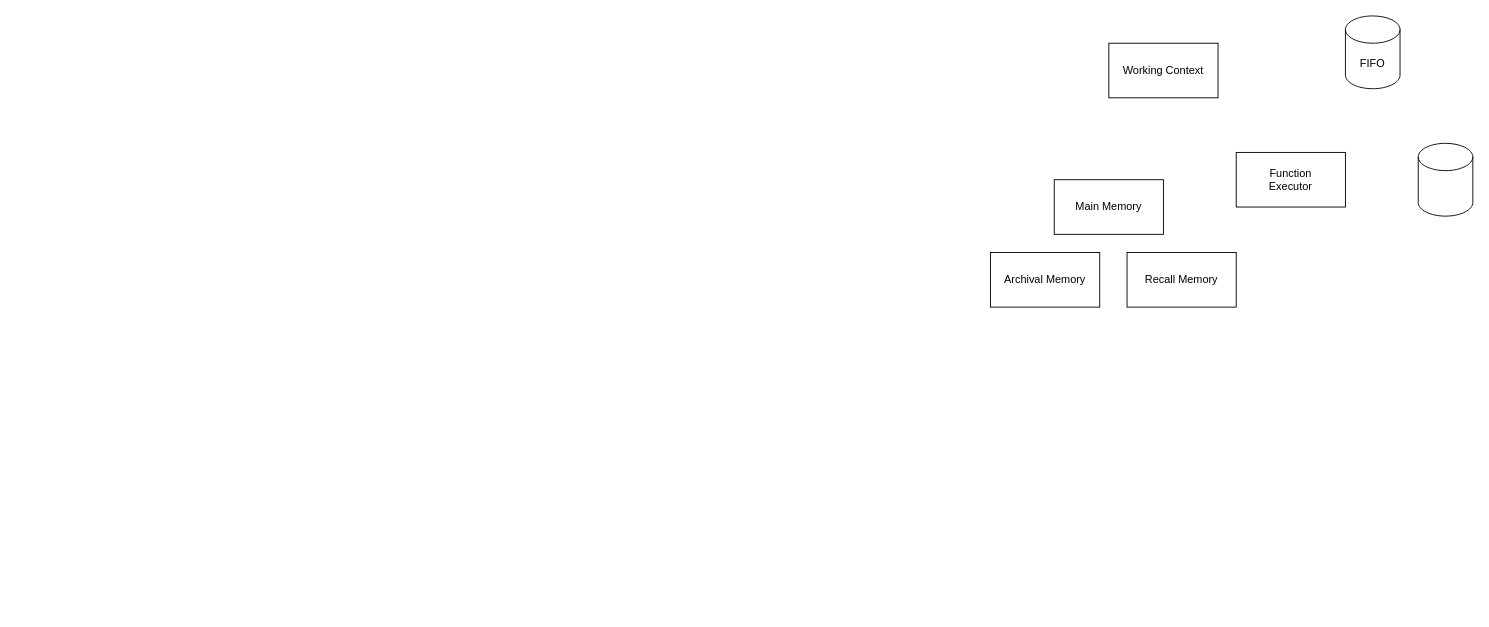
Before: memgpt.drawio in feuyeux/hello-memory, a draw.io diagram. Source tidied: cells renumbered, new cells numbered last; positions are measured from the earlier drawing's top-left corner, leaving out a move shared by most shapes. Both pictures are drawn from the tidied source at 91%, with x=0, y=0 at pixel (990, 15). Pictures stored in the file or linked from it are replaced by grey dashed boxes.
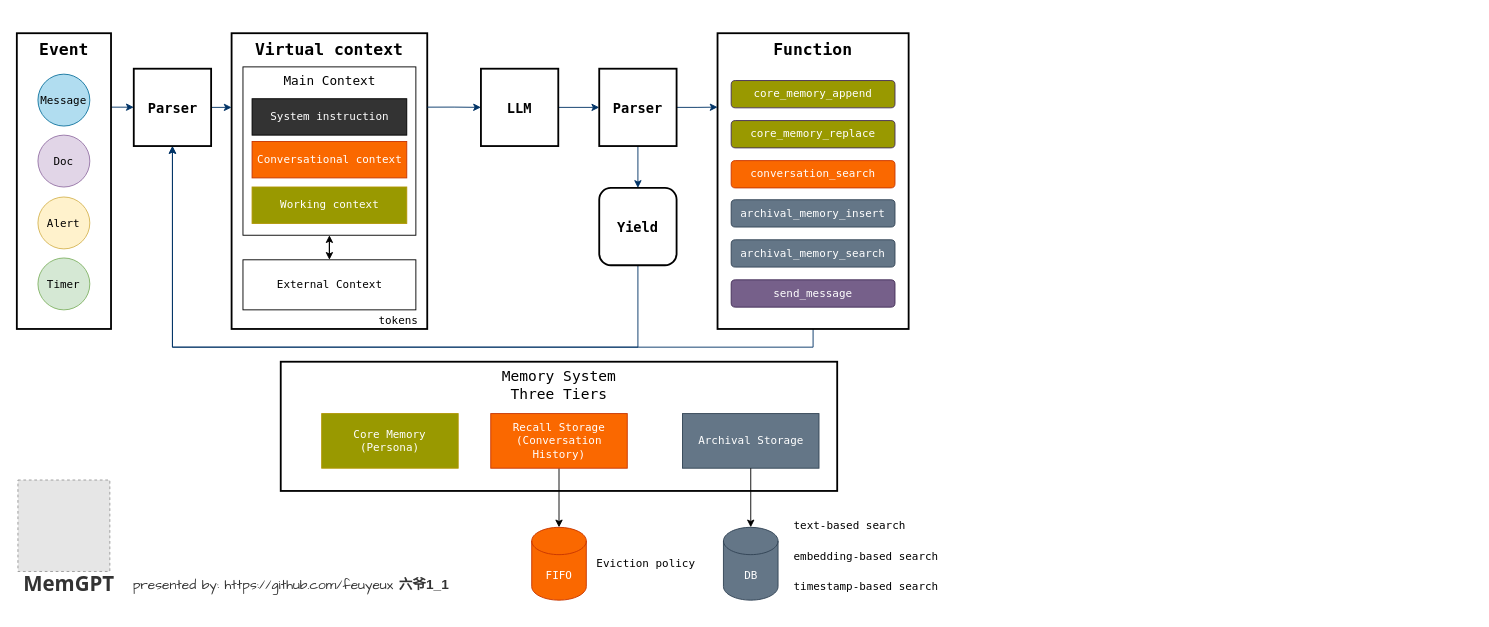
After the change.

Change to the diagram source:
```diff
@@
+    <mxCell id="9" style="edgeStyle=orthogonalEdgeStyle;rounded=0;jettySize=auto;html=1;exitX=1;exitY=0.5;exitDx=0;exitDy=0;entryX=0;entryY=0.5;entryDx=0;entryDy=0;fontFamily=Monaco;fontSize=12;strokeColor=#003366;" parent="1" edge="1" source="41" target="39">
+      <mxGeometry relative="1" as="geometry" />
+    </mxCell>
+    <mxCell id="10" value="Virtual context" style="rounded=0;whiteSpace=wrap;html=1;verticalAlign=top;fontFamily=Monaco;fontSize=18;fontStyle=1;strokeWidth=2;" parent="1" vertex="1">
+      <mxGeometry x="-834" y="19" width="215" height="325" as="geometry" />
+    </mxCell>
+    <mxCell id="11" style="edgeStyle=orthogonalEdgeStyle;rounded=0;jettySize=auto;html=1;exitX=1;exitY=0.25;exitDx=0;exitDy=0;entryX=0;entryY=0.5;entryDx=0;entryDy=0;fontFamily=Monaco;fontSize=12;strokeColor=#003366;" parent="1" edge="1" source="12" target="36">
+      <mxGeometry relative="1" as="geometry" />
+    </mxCell>
+    <mxCell id="12" value="Event" style="rounded=0;whiteSpace=wrap;html=1;verticalAlign=top;fontFamily=Monaco;fontSize=18;fontStyle=1;strokeWidth=2;" parent="1" vertex="1">
+      <mxGeometry x="-1070" y="19" width="103.5" height="325" as="geometry" />
+    </mxCell>
+    <mxCell id="13" value="Memory&amp;nbsp;&lt;span style=&quot;background-color: initial; font-size: 16px;&quot;&gt;System&lt;/span&gt;&lt;div style=&quot;font-size: 16px;&quot;&gt;&lt;span style=&quot;background-color: initial; font-size: 16px;&quot;&gt;Three Tiers&lt;/span&gt;&lt;/div&gt;" style="rounded=0;whiteSpace=wrap;html=1;verticalAlign=top;fontFamily=Monaco;fontSize=16;strokeWidth=2;" parent="1" vertex="1">
+      <mxGeometry x="-780" y="380" width="611.5" height="142" as="geometry" />
+    </mxCell>
+    <mxCell id="14" style="edgeStyle=orthogonalEdgeStyle;rounded=0;jettySize=auto;html=1;exitX=0.5;exitY=1;exitDx=0;exitDy=0;entryX=0.5;entryY=1;entryDx=0;entryDy=0;strokeColor=#003366;" parent="1" edge="1" source="2" target="36">
+      <mxGeometry relative="1" as="geometry" />
+    </mxCell>
-    <mxCell id="2" value="Function&lt;div&gt;Executor&lt;/div&gt;" style="rounded=0;whiteSpace=wrap;html=1;" parent="1" vertex="1">
-      <mxGeometry x="270" y="150" width="120" height="60" as="geometry" />
+    <mxCell id="2" value="Function" style="rounded=0;whiteSpace=wrap;html=1;verticalAlign=top;fontFamily=Monaco;fontSize=18;fontStyle=1;strokeWidth=2;" parent="1" vertex="1">
+      <mxGeometry x="-300" y="19" width="210" height="325" as="geometry" />
     </mxCell>
+    <mxCell id="15" style="edgeStyle=orthogonalEdgeStyle;rounded=0;jettySize=auto;html=1;exitX=0.5;exitY=1;exitDx=0;exitDy=0;startArrow=classic;startFill=1;fontFamily=Monaco;fontSize=12;" parent="1" edge="1" source="3" target="18">
+      <mxGeometry relative="1" as="geometry" />
+    </mxCell>
-    <mxCell id="3" value="Working Context" style="rounded=0;whiteSpace=wrap;html=1;" parent="1" vertex="1">
-      <mxGeometry x="130" y="30" width="120" height="60" as="geometry" />
+    <mxCell id="3" value="Main Context" style="rounded=0;whiteSpace=wrap;html=1;verticalAlign=top;fontFamily=Monaco;fontSize=14;" parent="1" vertex="1">
+      <mxGeometry x="-821.5" y="56" width="190" height="185" as="geometry" />
     </mxCell>
-    <mxCell id="4" style="shape=cylinder3;whiteSpace=wrap;html=1;boundedLbl=1;backgroundOutline=1;size=15;" parent="1" vertex="1">
-      <mxGeometry x="470" y="140" width="60" height="80" as="geometry" />
+    <mxCell id="4" value="DB" style="shape=cylinder3;whiteSpace=wrap;html=1;boundedLbl=1;backgroundOutline=1;size=15;fillColor=#647687;fontColor=#ffffff;strokeColor=#314354;fontFamily=Monaco;fontSize=12;" parent="1" vertex="1">
+      <mxGeometry x="-293.5" y="562" width="60" height="80" as="geometry" />
     </mxCell>
-    <mxCell id="5" value="FIFO" style="shape=cylinder3;whiteSpace=wrap;html=1;boundedLbl=1;backgroundOutline=1;size=15;" parent="1" vertex="1">
-      <mxGeometry x="390" width="60" height="80" as="geometry" />
+    <mxCell id="5" value="FIFO" style="shape=cylinder3;whiteSpace=wrap;html=1;boundedLbl=1;backgroundOutline=1;size=15;fillColor=#fa6800;fontColor=#FFFFFF;strokeColor=#C73500;fontFamily=Monaco;fontSize=12;" parent="1" vertex="1">
+      <mxGeometry x="-504.2" y="562" width="60" height="80" as="geometry" />
     </mxCell>
+    <mxCell id="7" value="Archival Storage" style="rounded=0;whiteSpace=wrap;html=1;fillColor=#647687;fontColor=#ffffff;strokeColor=#314354;fontFamily=Monaco;fontSize=12;" parent="1" vertex="1">
+      <mxGeometry x="-338.5" y="437" width="150" height="60" as="geometry" />
+    </mxCell>
+    <mxCell id="16" style="edgeStyle=orthogonalEdgeStyle;rounded=0;jettySize=auto;html=1;exitX=0.5;exitY=1;exitDx=0;exitDy=0;fontFamily=Monaco;fontSize=12;" parent="1" edge="1" source="8" target="5">
+      <mxGeometry relative="1" as="geometry" />
+    </mxCell>
+    <mxCell id="8" value="Recall Storage&lt;div style=&quot;font-size: 12px;&quot;&gt;(Conversation History)&lt;/div&gt;" style="rounded=0;whiteSpace=wrap;html=1;fillColor=#fa6800;fontColor=#FFFFFF;strokeColor=#C73500;fontFamily=Monaco;fontSize=12;" parent="1" vertex="1">
+      <mxGeometry x="-549.2" y="437" width="150" height="60" as="geometry" />
+    </mxCell>
-    <mxCell id="6" value="Main Memory" style="rounded=0;whiteSpace=wrap;html=1;" parent="1" vertex="1">
-      <mxGeometry x="70" y="180" width="120" height="60" as="geometry" />
+    <mxCell id="6" value="Core Memory&lt;div style=&quot;font-size: 12px;&quot;&gt;(Persona)&lt;/div&gt;" style="rounded=0;whiteSpace=wrap;html=1;fillColor=#999900;fontColor=#FFFFFF;strokeColor=#B09500;fontFamily=Monaco;fontSize=12;" parent="1" vertex="1">
+      <mxGeometry x="-735" y="437" width="150" height="60" as="geometry" />
     </mxCell>
-    <mxCell id="7" value="Archival Memory" style="rounded=0;whiteSpace=wrap;html=1;" parent="1" vertex="1">
-      <mxGeometry y="260" width="120" height="60" as="geometry" />
-    </mxCell>
-    <mxCell id="8" value="Recall Memory" style="rounded=0;whiteSpace=wrap;html=1;" parent="1" vertex="1">
-      <mxGeometry x="150" y="260" width="120" height="60" as="geometry" />
-    </mxCell>
+    <mxCell id="17" value="Message" style="ellipse;whiteSpace=wrap;html=1;fillColor=#b1ddf0;strokeColor=#10739e;fontFamily=Monaco;fontSize=12;" parent="1" vertex="1">
+      <mxGeometry x="-1046.8" y="64" width="57" height="57" as="geometry" />
+    </mxCell>
+    <mxCell id="18" value="External Context" style="rounded=0;whiteSpace=wrap;html=1;fontFamily=Monaco;fontSize=12;" parent="1" vertex="1">
+      <mxGeometry x="-821.5" y="268" width="190" height="55" as="geometry" />
+    </mxCell>
+    <mxCell id="19" value="&lt;div style=&quot;text-align: left; font-size: 12px;&quot;&gt;core_memory_replace&lt;/div&gt;" style="rounded=1;whiteSpace=wrap;html=1;fillColor=#999900;strokeColor=#432D57;fontColor=#ffffff;fontFamily=Monaco;fontSize=12;" parent="1" vertex="1">
+      <mxGeometry x="-285" y="115" width="180" height="30" as="geometry" />
+    </mxCell>
+    <mxCell id="20" value="&lt;div style=&quot;font-size: 12px;&quot;&gt;conversation_search&lt;/div&gt;" style="rounded=1;whiteSpace=wrap;html=1;fillColor=#fa6800;strokeColor=#C73500;fontColor=#FFFFFF;fontFamily=Monaco;fontSize=12;" parent="1" vertex="1">
+      <mxGeometry x="-285" y="159" width="180" height="30" as="geometry" />
+    </mxCell>
+    <mxCell id="21" value="&lt;div style=&quot;text-align: left; font-size: 12px;&quot;&gt;core_memory_append&lt;/div&gt;" style="rounded=1;whiteSpace=wrap;html=1;fillColor=#999900;strokeColor=#432D57;fontColor=#ffffff;fontFamily=Monaco;fontSize=12;" parent="1" vertex="1">
+      <mxGeometry x="-285" y="71" width="180" height="30" as="geometry" />
+    </mxCell>
+    <mxCell id="22" value="&lt;div style=&quot;text-align: left; font-size: 12px;&quot;&gt;archival_memory_search&lt;/div&gt;" style="rounded=1;whiteSpace=wrap;html=1;fillColor=#647687;strokeColor=#314354;fontColor=#ffffff;fontFamily=Monaco;fontSize=12;" parent="1" vertex="1">
+      <mxGeometry x="-285" y="246" width="180" height="30" as="geometry" />
+    </mxCell>
+    <mxCell id="23" value="&lt;div style=&quot;font-size: 12px;&quot;&gt;send_message&lt;/div&gt;" style="rounded=1;whiteSpace=wrap;html=1;fillColor=#76608a;strokeColor=#432D57;fontColor=#ffffff;fontFamily=Monaco;fontSize=12;" parent="1" vertex="1">
+      <mxGeometry x="-285" y="290" width="180" height="30" as="geometry" />
+    </mxCell>
+    <mxCell id="24" value="&lt;div style=&quot;text-align: left; font-size: 12px;&quot;&gt;&lt;div style=&quot;font-size: 12px;&quot;&gt;&lt;div style=&quot;font-size: 12px;&quot;&gt;archival_memory_insert&lt;/div&gt;&lt;/div&gt;&lt;/div&gt;" style="rounded=1;whiteSpace=wrap;html=1;fillColor=#647687;strokeColor=#314354;fontColor=#ffffff;labelBackgroundColor=none;fontFamily=Monaco;fontSize=12;" parent="1" vertex="1">
+      <mxGeometry x="-285" y="202" width="180" height="30" as="geometry" />
+    </mxCell>
+    <mxCell id="25" value="System instruction" style="rounded=0;whiteSpace=wrap;html=1;fillColor=#333333;fontColor=#FFFFFF;fontFamily=Monaco;fontSize=12;" parent="1" vertex="1">
+      <mxGeometry x="-811.5" y="91" width="170" height="40" as="geometry" />
+    </mxCell>
+    <mxCell id="26" value="Conversational context" style="rounded=0;whiteSpace=wrap;html=1;fillColor=#fa6800;fontColor=#FFFFFF;strokeColor=#C73500;fontFamily=Monaco;fontSize=12;" parent="1" vertex="1">
+      <mxGeometry x="-811.5" y="138" width="170" height="40" as="geometry" />
+    </mxCell>
+    <mxCell id="27" value="Working context" style="rounded=0;whiteSpace=wrap;html=1;fillColor=#999900;fontColor=#FFFFFF;strokeColor=#B09500;fontFamily=Monaco;fontSize=12;" parent="1" vertex="1">
+      <mxGeometry x="-811.5" y="188" width="170" height="40" as="geometry" />
+    </mxCell>
+    <mxCell id="28" value="Eviction policy" style="text;html=1;align=center;verticalAlign=middle;strokeColor=none;fillColor=none;fontFamily=Monaco;fontSize=12;" parent="1" vertex="1">
+      <mxGeometry x="-444.2" y="587" width="130" height="30" as="geometry" />
+    </mxCell>
+    <mxCell id="29" value="text-based search" style="text;html=1;align=left;verticalAlign=middle;strokeColor=none;fillColor=none;fontSize=12;fontFamily=Monaco;fontStyle=0;" parent="1" vertex="1">
+      <mxGeometry x="-218.5" y="545" width="150" height="30" as="geometry" />
+    </mxCell>
+    <mxCell id="30" value="embedding-based search" style="text;html=1;align=left;verticalAlign=middle;strokeColor=none;fillColor=none;fontSize=12;fontFamily=Monaco;" parent="1" vertex="1">
+      <mxGeometry x="-218.5" y="579" width="180" height="30" as="geometry" />
+    </mxCell>
+    <mxCell id="31" value="timestamp-based search" style="text;html=1;align=left;verticalAlign=middle;strokeColor=none;fillColor=none;fontSize=12;fontFamily=Monaco;" parent="1" vertex="1">
+      <mxGeometry x="-218.5" y="612" width="180" height="30" as="geometry" />
+    </mxCell>
+    <mxCell id="32" style="fillColor=#E6E6E6;strokeColor=#999999;dashed=1;verticalLabelPosition=bottom;labelBackgroundColor=default;verticalAlign=top;fontFamily=Monaco;fontSize=12;" parent="1" vertex="1">
+      <mxGeometry x="-1068.8" y="510" width="101" height="100.5" as="geometry" />
+    </mxCell>
+    <mxCell id="33" value="Doc" style="ellipse;whiteSpace=wrap;html=1;fillColor=#e1d5e7;strokeColor=#9673a6;fontFamily=Monaco;fontSize=12;" parent="1" vertex="1">
+      <mxGeometry x="-1046.8" y="131" width="57" height="57" as="geometry" />
+    </mxCell>
+    <mxCell id="34" value="Alert" style="ellipse;whiteSpace=wrap;html=1;fillColor=#fff2cc;strokeColor=#d6b656;fontFamily=Monaco;fontSize=12;" parent="1" vertex="1">
+      <mxGeometry x="-1046.8" y="199" width="57" height="57" as="geometry" />
+    </mxCell>
+    <mxCell id="35" style="edgeStyle=orthogonalEdgeStyle;rounded=0;jettySize=auto;html=1;exitX=1;exitY=0.5;exitDx=0;exitDy=0;entryX=0;entryY=0.25;entryDx=0;entryDy=0;fontFamily=Monaco;fontSize=12;strokeColor=#003366;" parent="1" edge="1" source="36" target="10">
+      <mxGeometry relative="1" as="geometry" />
+    </mxCell>
+    <mxCell id="36" value="Parser" style="whiteSpace=wrap;html=1;fontFamily=Monaco;fontSize=15;fontStyle=1;strokeWidth=2;" parent="1" vertex="1">
+      <mxGeometry x="-941.5" y="58" width="85" height="85" as="geometry" />
+    </mxCell>
+    <mxCell id="37" style="edgeStyle=orthogonalEdgeStyle;rounded=0;jettySize=auto;html=1;exitX=1;exitY=0.5;exitDx=0;exitDy=0;entryX=0;entryY=0.25;entryDx=0;entryDy=0;fontFamily=Monaco;fontSize=12;strokeColor=#003366;" parent="1" edge="1" source="39" target="2">
+      <mxGeometry relative="1" as="geometry" />
+    </mxCell>
+    <mxCell id="38" style="edgeStyle=orthogonalEdgeStyle;rounded=0;jettySize=auto;html=1;exitX=0.5;exitY=1;exitDx=0;exitDy=0;entryX=0.5;entryY=0;entryDx=0;entryDy=0;fontFamily=Monaco;fontSize=12;strokeColor=#003366;" parent="1" edge="1" source="39" target="45">
+      <mxGeometry relative="1" as="geometry" />
+    </mxCell>
+    <mxCell id="39" value="Parser" style="whiteSpace=wrap;html=1;fontFamily=Monaco;fontSize=15;fontStyle=1;strokeWidth=2;" parent="1" vertex="1">
+      <mxGeometry x="-430" y="58" width="85" height="85" as="geometry" />
+    </mxCell>
+    <mxCell id="40" style="edgeStyle=orthogonalEdgeStyle;rounded=0;jettySize=auto;html=1;exitX=1;exitY=0.25;exitDx=0;exitDy=0;entryX=0;entryY=0.5;entryDx=0;entryDy=0;fontFamily=Monaco;fontSize=12;strokeColor=#003366;" parent="1" edge="1" source="10" target="41">
+      <mxGeometry relative="1" as="geometry" />
+    </mxCell>
+    <mxCell id="41" value="LLM" style="whiteSpace=wrap;html=1;fontFamily=Monaco;fontSize=15;fontStyle=1;strokeWidth=2;" parent="1" vertex="1">
+      <mxGeometry x="-560" y="58" width="85" height="85" as="geometry" />
+    </mxCell>
+    <mxCell id="42" value="tokens" style="text;html=1;align=center;verticalAlign=middle;strokeColor=none;fillColor=none;fontFamily=Monaco;fontSize=12;" parent="1" vertex="1">
+      <mxGeometry x="-686.5" y="320" width="70" height="30" as="geometry" />
+    </mxCell>
+    <mxCell id="43" style="edgeStyle=orthogonalEdgeStyle;rounded=0;jettySize=auto;html=1;exitX=0.5;exitY=1;exitDx=0;exitDy=0;entryX=0.5;entryY=0;entryDx=0;entryDy=0;entryPerimeter=0;fontFamily=Monaco;fontSize=12;" parent="1" edge="1" source="7" target="4">
+      <mxGeometry relative="1" as="geometry" />
+    </mxCell>
+    <mxCell id="44" style="edgeStyle=orthogonalEdgeStyle;rounded=0;jettySize=auto;html=1;exitX=0.5;exitY=1;exitDx=0;exitDy=0;strokeColor=#003366;" parent="1" edge="1" source="45" target="36">
+      <mxGeometry relative="1" as="geometry">
+        <Array as="points">
+          <mxPoint x="-387" y="364" />
+          <mxPoint x="-899" y="364" />
+        </Array>
+      </mxGeometry>
+    </mxCell>
+    <mxCell id="45" value="Yield" style="rounded=1;whiteSpace=wrap;html=1;fontFamily=Monaco;fontSize=15;fontStyle=1;strokeWidth=2;" parent="1" vertex="1">
+      <mxGeometry x="-430" y="189" width="85" height="85" as="geometry" />
+    </mxCell>
+    <mxCell id="46" value="Timer" style="ellipse;whiteSpace=wrap;html=1;fillColor=#d5e8d4;strokeColor=#82b366;fontFamily=Monaco;fontSize=12;" parent="1" vertex="1">
+      <mxGeometry x="-1046.8" y="266" width="57" height="57" as="geometry" />
+    </mxCell>
+    <mxCell id="47" value="&lt;p&gt;presented by: https://github.com/feuyeux&amp;nbsp;&lt;b style=&quot;background-color: initial;&quot;&gt;&lt;font face=&quot;Liu Jian Mao Cao&quot;&gt;六爷1_1&lt;/font&gt;&lt;/b&gt;&lt;/p&gt;" style="text;html=1;align=center;verticalAlign=middle;strokeColor=none;fillColor=none;fontFamily=Comic Sans MS;fontSize=15;fontColor=#333333;" parent="1" vertex="1">
+      <mxGeometry x="-955" y="594" width="371" height="61" as="geometry" />
+    </mxCell>
+    <mxCell id="48" value="&lt;span style=&quot;font-family: &amp;quot;Twemoji Country Flags&amp;quot;, system-ui, -apple-system, &amp;quot;system-ui&amp;quot;, &amp;quot;Segoe UI&amp;quot;, Roboto, Oxygen, Ubuntu, Cantarell, &amp;quot;Fira Sans&amp;quot;, &amp;quot;Droid Sans&amp;quot;, &amp;quot;Helvetica Neue&amp;quot;, sans-serif; font-size: 22.5px; font-weight: 600; text-align: start; text-wrap: wrap;&quot;&gt;MemGPT&lt;/span&gt;" style="text;html=1;align=center;verticalAlign=middle;strokeColor=none;fillColor=none;fontColor=#333333;" parent="1" vertex="1">
+      <mxGeometry x="-1070" y="603" width="113" height="39" as="geometry" />
+    </mxCell>
```
